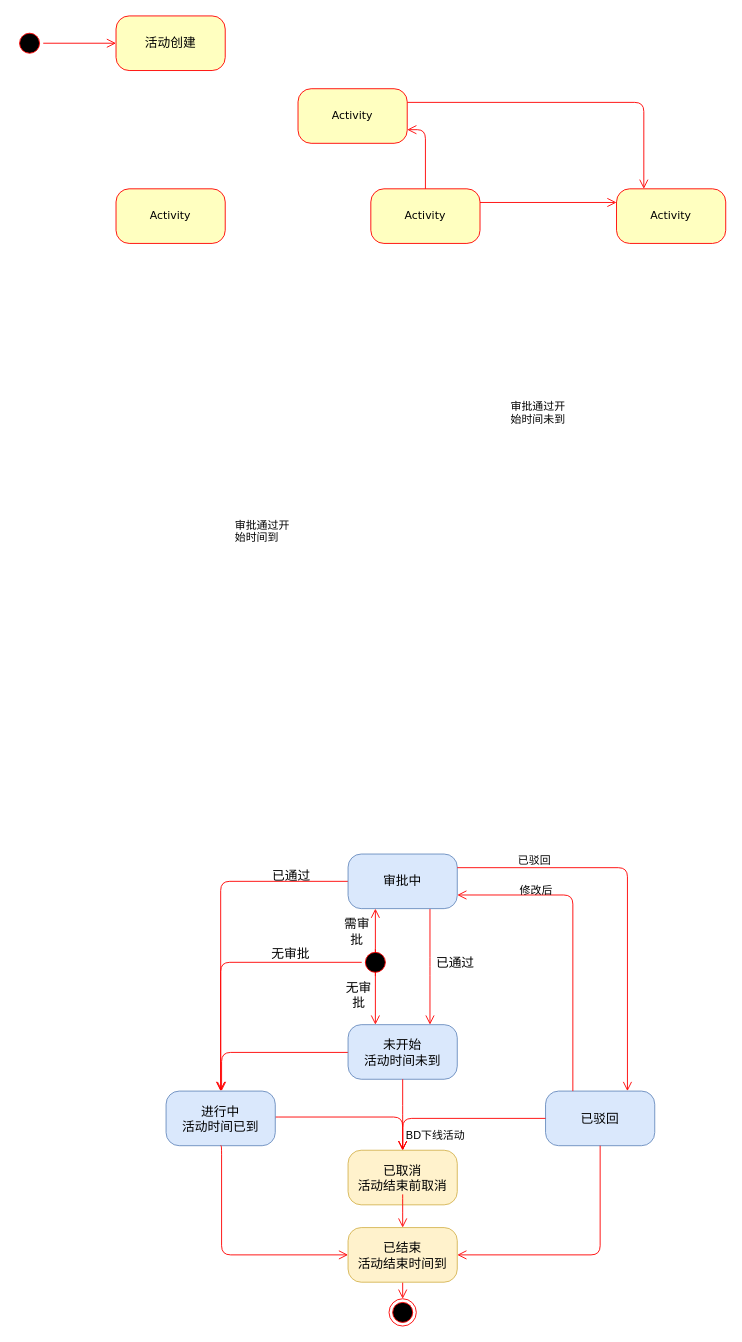
This is 活动状态机-产品.drawio from zhugaozi/drawIo, a draw.io file, before an edit. Source tidied: cells renumbered, new cells numbered last; positions are measured from the earlier drawing's top-left corner, leaving out a move shared by most shapes. Both pictures are drawn from the tidied source at 91%, with x=0, y=0 at pixel (15, 15).
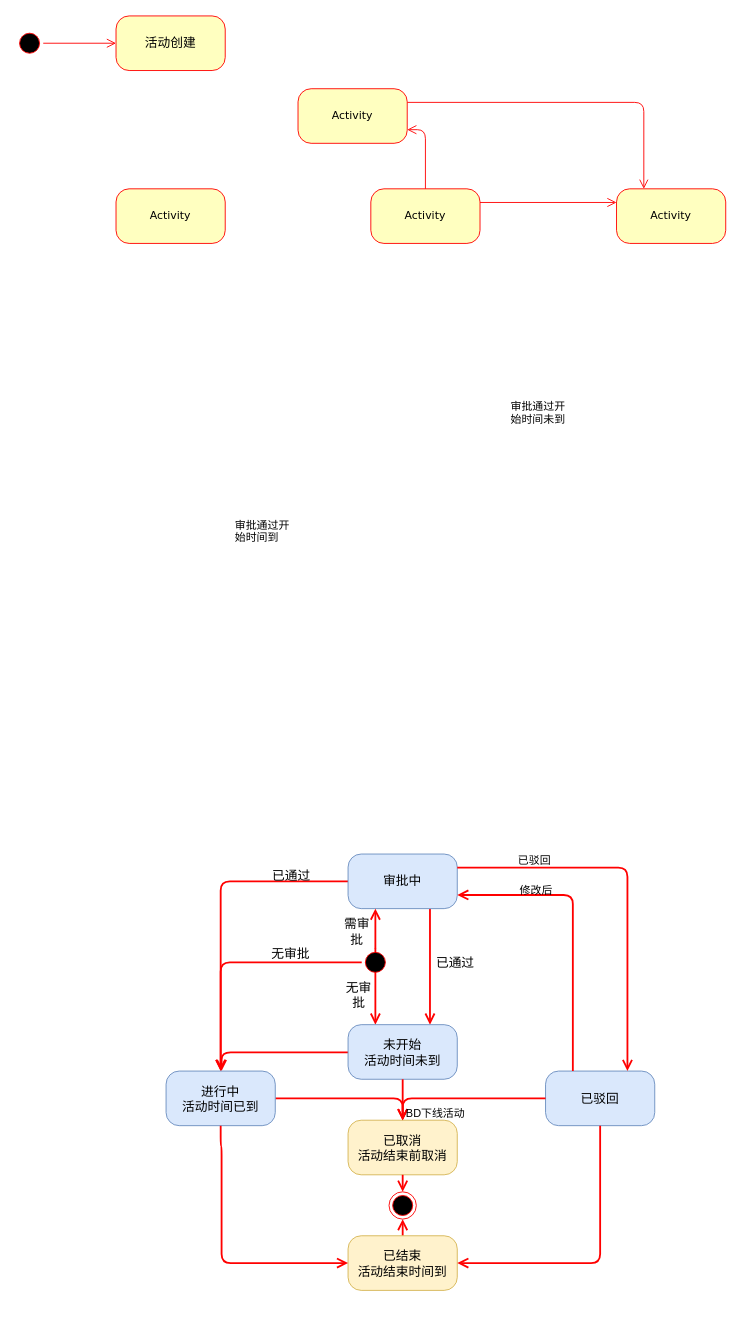
The same page after the edit.

Commit message:
Update 活动状态机-产品.drawio

Unchanged cells that the change refers to:
```xml
<mxCell id="19" value="&lt;span style=&quot;font-size: 14px&quot;&gt;审批中&lt;/span&gt;" style="rounded=1;whiteSpace=wrap;html=1;arcSize=24;fillColor=#dae8fc;strokeColor=#6c8ebf;shadow=0;comic=0;labelBackgroundColor=none;fontFamily=Verdana;fontSize=12;align=center;" parent="1" vertex="1">
  <mxGeometry x="365" y="921" width="120" height="60" as="geometry" />
</mxCell>
<mxCell id="22" value="&lt;font style=&quot;font-size: 14px&quot;&gt;未开始&lt;br&gt;活动时间未到&lt;/font&gt;&lt;br&gt;" style="rounded=1;whiteSpace=wrap;html=1;arcSize=24;fillColor=#dae8fc;strokeColor=#6c8ebf;shadow=0;comic=0;labelBackgroundColor=none;fontFamily=Verdana;fontSize=12;align=center;" parent="1" vertex="1">
  <mxGeometry x="365" y="1108.5" width="120" height="60" as="geometry" />
</mxCell>
<mxCell id="25" style="ellipse;html=1;shape=startState;fillColor=#000000;strokeColor=#ff0000;rounded=1;shadow=0;comic=0;labelBackgroundColor=none;fontFamily=Verdana;fontSize=12;fontColor=#000000;align=center;direction=south;" parent="1" vertex="1">
  <mxGeometry x="380" y="1025" width="30" height="30" as="geometry" />
</mxCell>
```

The edit, as a diff of the source:
```diff
@@
-    <mxCell id="7" style="edgeStyle=orthogonalEdgeStyle;html=1;labelBackgroundColor=none;endArrow=open;endSize=8;strokeColor=#ff0000;fontFamily=Verdana;fontSize=12;align=left;exitX=0.5;exitY=1;exitDx=0;exitDy=0;entryX=0.5;entryY=0;entryDx=0;entryDy=0;" parent="1" edge="1" source="24" target="34">
+    <mxCell id="7" style="edgeStyle=orthogonalEdgeStyle;html=1;labelBackgroundColor=none;endArrow=open;endSize=8;strokeColor=#ff0000;fontFamily=Verdana;fontSize=12;align=left;exitX=0.5;exitY=0;exitDx=0;exitDy=0;entryX=0.5;entryY=1;entryDx=0;entryDy=0;strokeWidth=2;" parent="1" edge="1" source="24" target="45">
       <mxGeometry relative="1" as="geometry" />
     </mxCell>
@@
-    <mxCell id="10" style="edgeStyle=elbowEdgeStyle;html=1;labelBackgroundColor=none;endArrow=open;endSize=8;strokeColor=#ff0000;fontFamily=Verdana;fontSize=12;align=left;exitX=0.5;exitY=1;exitDx=0;exitDy=0;entryX=0.5;entryY=0;entryDx=0;entryDy=0;" parent="1" edge="1" source="25" target="20">
+    <mxCell id="10" style="edgeStyle=elbowEdgeStyle;html=1;labelBackgroundColor=none;endArrow=open;endSize=8;strokeColor=#ff0000;fontFamily=Verdana;fontSize=12;align=left;exitX=0.5;exitY=1;exitDx=0;exitDy=0;entryX=0.5;entryY=0;entryDx=0;entryDy=0;strokeWidth=2;" parent="1" edge="1" source="25" target="20">
       <mxGeometry relative="1" as="geometry">
         <Array as="points">
           <mxPoint x="225" y="1080" />
           <mxPoint x="225" y="1080" />
         </Array>
       </mxGeometry>
     </mxCell>
@@
-    <mxCell id="12" style="edgeStyle=orthogonalEdgeStyle;html=1;labelBackgroundColor=none;endArrow=open;endSize=8;strokeColor=#ff0000;fontFamily=Verdana;fontSize=12;align=left;entryX=0.25;entryY=0;exitX=1;exitY=0.5;exitDx=0;exitDy=0;entryDx=0;entryDy=0;" parent="1" edge="1" source="25" target="22">
+    <mxCell id="12" style="edgeStyle=orthogonalEdgeStyle;html=1;labelBackgroundColor=none;endArrow=open;endSize=8;strokeColor=#ff0000;fontFamily=Verdana;fontSize=12;align=left;entryX=0.25;entryY=0;exitX=1;exitY=0.5;exitDx=0;exitDy=0;entryDx=0;entryDy=0;strokeWidth=2;" parent="1" edge="1" source="25" target="22">
       <mxGeometry relative="1" as="geometry">
         <Array as="points">
           <mxPoint x="395" y="1020" />
           <mxPoint x="395" y="1020" />
         </Array>
       </mxGeometry>
     </mxCell>
-    <mxCell id="13" style="edgeStyle=orthogonalEdgeStyle;html=1;labelBackgroundColor=none;endArrow=open;endSize=8;strokeColor=#ff0000;fontFamily=Verdana;fontSize=12;align=left;exitX=0;exitY=0.5;exitDx=0;exitDy=0;entryX=0.5;entryY=0;entryDx=0;entryDy=0;" parent="1" edge="1" source="19" target="20">
+    <mxCell id="13" style="edgeStyle=orthogonalEdgeStyle;html=1;labelBackgroundColor=none;endArrow=open;endSize=8;strokeColor=#ff0000;fontFamily=Verdana;fontSize=12;align=left;exitX=0;exitY=0.5;exitDx=0;exitDy=0;entryX=0.5;entryY=0;entryDx=0;entryDy=0;strokeWidth=2;" parent="1" edge="1" source="19" target="20">
       <mxGeometry relative="1" as="geometry">
         <Array as="points">
           <mxPoint x="225" y="951" />
         </Array>
       </mxGeometry>
     </mxCell>
-    <mxCell id="14" style="edgeStyle=orthogonalEdgeStyle;html=1;labelBackgroundColor=none;endArrow=open;endSize=8;strokeColor=#ff0000;fontFamily=Verdana;fontSize=12;align=left;entryX=0.5;entryY=0;entryDx=0;entryDy=0;exitX=1;exitY=0.5;exitDx=0;exitDy=0;" parent="1" edge="1" source="20" target="21">
+    <mxCell id="14" style="edgeStyle=orthogonalEdgeStyle;html=1;labelBackgroundColor=none;endArrow=open;endSize=8;strokeColor=#ff0000;fontFamily=Verdana;fontSize=12;align=left;entryX=0.5;entryY=0;entryDx=0;entryDy=0;strokeWidth=2;exitX=1;exitY=0.5;exitDx=0;exitDy=0;" parent="1" edge="1" source="20" target="21">
       <mxGeometry relative="1" as="geometry">
         <Array as="points">
-          <mxPoint x="279" y="1210" />
-          <mxPoint x="425" y="1210" />
+          <mxPoint x="425" y="1190" />
         </Array>
       </mxGeometry>
     </mxCell>
-    <mxCell id="15" style="edgeStyle=orthogonalEdgeStyle;html=1;labelBackgroundColor=none;endArrow=open;endSize=8;strokeColor=#ff0000;fontFamily=Verdana;fontSize=12;align=left;exitX=0;exitY=0.5;exitDx=0;exitDy=0;" parent="1" edge="1" target="20">
+    <mxCell id="15" style="edgeStyle=orthogonalEdgeStyle;html=1;labelBackgroundColor=none;endArrow=open;endSize=8;strokeColor=#ff0000;fontFamily=Verdana;fontSize=12;align=left;exitX=0;exitY=0.5;exitDx=0;exitDy=0;strokeWidth=2;" parent="1" edge="1" target="20">
       <mxGeometry relative="1" as="geometry">
         <mxPoint x="371" y="1139" as="sourcePoint" />
         <Array as="points">
           <mxPoint x="226" y="1139" />
         </Array>
       </mxGeometry>
     </mxCell>
@@
-    <mxCell id="18" style="edgeStyle=elbowEdgeStyle;html=1;labelBackgroundColor=none;endArrow=open;endSize=8;strokeColor=#ff0000;fontFamily=Verdana;fontSize=12;align=left;entryX=0.75;entryY=0;exitX=0.75;exitY=1;exitDx=0;exitDy=0;entryDx=0;entryDy=0;" parent="1" edge="1" source="19" target="22">
+    <mxCell id="18" style="edgeStyle=elbowEdgeStyle;html=1;labelBackgroundColor=none;endArrow=open;endSize=8;strokeColor=#ff0000;fontFamily=Verdana;fontSize=12;align=left;entryX=0.75;entryY=0;exitX=0.75;exitY=1;exitDx=0;exitDy=0;entryDx=0;entryDy=0;strokeWidth=2;" parent="1" edge="1" source="19" target="22">
       <mxGeometry relative="1" as="geometry" />
     </mxCell>
@@
     <mxCell id="20" value="&lt;font style=&quot;font-size: 14px&quot;&gt;进行中&lt;br&gt;活动时间已到&lt;/font&gt;&lt;br&gt;" style="rounded=1;whiteSpace=wrap;html=1;arcSize=24;fillColor=#dae8fc;strokeColor=#6c8ebf;shadow=0;comic=0;labelBackgroundColor=none;fontFamily=Verdana;fontSize=12;align=center;" parent="1" vertex="1">
-      <mxGeometry x="165" y="1181.5" width="120" height="60" as="geometry" />
+      <mxGeometry x="165" y="1159.5" width="120" height="60" as="geometry" />
     </mxCell>
     <mxCell id="21" value="&lt;font style=&quot;font-size: 14px&quot;&gt;已取消&lt;br&gt;活动结束前取消&lt;/font&gt;&lt;br&gt;" style="rounded=1;whiteSpace=wrap;html=1;arcSize=24;fillColor=#fff2cc;strokeColor=#d6b656;shadow=0;comic=0;labelBackgroundColor=none;fontFamily=Verdana;fontSize=12;align=center;" parent="1" vertex="1">
-      <mxGeometry x="365" y="1246.5" width="120" height="60" as="geometry" />
+      <mxGeometry x="365" y="1213.5" width="120" height="60" as="geometry" />
     </mxCell>
@@
     <mxCell id="23" value="&lt;font style=&quot;font-size: 14px&quot;&gt;已驳回&lt;/font&gt;" style="rounded=1;whiteSpace=wrap;html=1;arcSize=24;fillColor=#dae8fc;strokeColor=#6c8ebf;shadow=0;comic=0;labelBackgroundColor=none;fontFamily=Verdana;fontSize=12;align=center;" parent="1" vertex="1">
-      <mxGeometry x="582" y="1181.5" width="120" height="60" as="geometry" />
+      <mxGeometry x="582" y="1159.5" width="120" height="60" as="geometry" />
     </mxCell>
     <mxCell id="24" value="&lt;font style=&quot;font-size: 14px&quot;&gt;已结束&lt;br&gt;活动结束时间到&lt;/font&gt;&lt;br&gt;" style="rounded=1;whiteSpace=wrap;html=1;arcSize=24;fillColor=#fff2cc;strokeColor=#d6b656;shadow=0;comic=0;labelBackgroundColor=none;fontFamily=Verdana;fontSize=12;align=center;" parent="1" vertex="1">
-      <mxGeometry x="365" y="1331.5" width="120" height="60" as="geometry" />
+      <mxGeometry x="365" y="1340.5" width="120" height="60" as="geometry" />
     </mxCell>
@@
-    <mxCell id="26" style="edgeStyle=orthogonalEdgeStyle;html=1;exitX=1;exitY=0.25;entryX=0.75;entryY=0;labelBackgroundColor=none;endArrow=open;endSize=8;strokeColor=#ff0000;fontFamily=Verdana;fontSize=12;align=left;entryDx=0;entryDy=0;exitDx=0;exitDy=0;" parent="1" edge="1" source="19" target="23">
+    <mxCell id="26" style="edgeStyle=orthogonalEdgeStyle;html=1;exitX=1;exitY=0.25;entryX=0.75;entryY=0;labelBackgroundColor=none;endArrow=open;endSize=8;strokeColor=#ff0000;fontFamily=Verdana;fontSize=12;align=left;entryDx=0;entryDy=0;exitDx=0;exitDy=0;strokeWidth=2;" parent="1" edge="1" source="19" target="23">
       <mxGeometry relative="1" as="geometry">
         <Array as="points">
           <mxPoint x="672" y="936" />
         </Array>
       </mxGeometry>
     </mxCell>
-    <mxCell id="27" style="edgeStyle=orthogonalEdgeStyle;html=1;exitX=0.25;exitY=0;labelBackgroundColor=none;endArrow=open;endSize=8;strokeColor=#ff0000;fontFamily=Verdana;fontSize=12;align=left;exitDx=0;exitDy=0;entryX=1;entryY=0.75;entryDx=0;entryDy=0;" parent="1" edge="1" source="23" target="19">
+    <mxCell id="27" style="edgeStyle=orthogonalEdgeStyle;html=1;exitX=0.25;exitY=0;labelBackgroundColor=none;endArrow=open;endSize=8;strokeColor=#ff0000;fontFamily=Verdana;fontSize=12;align=left;exitDx=0;exitDy=0;entryX=1;entryY=0.75;entryDx=0;entryDy=0;strokeWidth=2;" parent="1" edge="1" source="23" target="19">
       <mxGeometry relative="1" as="geometry">
         <Array as="points">
           <mxPoint x="612" y="966" />
         </Array>
       </mxGeometry>
     </mxCell>
-    <mxCell id="28" style="edgeStyle=elbowEdgeStyle;html=1;labelBackgroundColor=none;endArrow=open;endSize=8;strokeColor=#ff0000;fontFamily=Verdana;fontSize=12;align=left;exitX=0.5;exitY=1;exitDx=0;exitDy=0;entryX=0.5;entryY=0;entryDx=0;entryDy=0;" parent="1" edge="1" source="22" target="21">
+    <mxCell id="28" style="edgeStyle=elbowEdgeStyle;html=1;labelBackgroundColor=none;endArrow=open;endSize=8;strokeColor=#ff0000;fontFamily=Verdana;fontSize=12;align=left;exitX=0.5;exitY=1;exitDx=0;exitDy=0;entryX=0.5;entryY=0;entryDx=0;entryDy=0;strokeWidth=2;" parent="1" edge="1" source="22" target="21">
       <mxGeometry relative="1" as="geometry" />
     </mxCell>
-    <mxCell id="29" style="edgeStyle=elbowEdgeStyle;html=1;labelBackgroundColor=none;endArrow=open;endSize=8;strokeColor=#ff0000;fontFamily=Verdana;fontSize=12;align=left;exitX=0.5;exitY=1;exitDx=0;exitDy=0;entryX=0.5;entryY=0;entryDx=0;entryDy=0;" parent="1" edge="1" target="24">
-      <mxGeometry relative="1" as="geometry">
-        <mxPoint x="425" y="1295" as="sourcePoint" />
-        <Array as="points">
-          <mxPoint x="425" y="1304.5" />
-        </Array>
-      </mxGeometry>
+    <mxCell id="29" style="edgeStyle=elbowEdgeStyle;html=1;labelBackgroundColor=none;endArrow=open;endSize=8;strokeColor=#ff0000;fontFamily=Verdana;fontSize=12;align=left;exitX=0.5;exitY=1;exitDx=0;exitDy=0;entryX=0.5;entryY=0;entryDx=0;entryDy=0;strokeWidth=2;" parent="1" edge="1" source="21" target="45">
+      <mxGeometry relative="1" as="geometry" />
     </mxCell>
-    <mxCell id="30" style="edgeStyle=orthogonalEdgeStyle;html=1;labelBackgroundColor=none;endArrow=open;endSize=8;strokeColor=#ff0000;fontFamily=Verdana;fontSize=12;align=left;exitX=0.5;exitY=1;exitDx=0;exitDy=0;entryX=0;entryY=0.5;entryDx=0;entryDy=0;" parent="1" edge="1" source="20" target="24">
+    <mxCell id="30" style="edgeStyle=orthogonalEdgeStyle;html=1;labelBackgroundColor=none;endArrow=open;endSize=8;strokeColor=#ff0000;fontFamily=Verdana;fontSize=12;align=left;exitX=0.5;exitY=1;exitDx=0;exitDy=0;entryX=0;entryY=0.5;entryDx=0;entryDy=0;strokeWidth=2;" parent="1" edge="1" source="20" target="24">
       <mxGeometry relative="1" as="geometry">
         <Array as="points">
+          <mxPoint x="225" y="1242" />
           <mxPoint x="226" y="1242" />
-          <mxPoint x="226" y="1362" />
+          <mxPoint x="226" y="1371" />
         </Array>
       </mxGeometry>
     </mxCell>
-    <mxCell id="31" style="edgeStyle=orthogonalEdgeStyle;html=1;exitX=0.5;exitY=1;entryX=1;entryY=0.5;labelBackgroundColor=none;endArrow=open;endSize=8;strokeColor=#ff0000;fontFamily=Verdana;fontSize=12;align=left;exitDx=0;exitDy=0;entryDx=0;entryDy=0;" parent="1" edge="1" source="23" target="24">
+    <mxCell id="31" style="edgeStyle=orthogonalEdgeStyle;html=1;exitX=0.5;exitY=1;entryX=1;entryY=0.5;labelBackgroundColor=none;endArrow=open;endSize=8;strokeColor=#ff0000;fontFamily=Verdana;fontSize=12;align=left;exitDx=0;exitDy=0;entryDx=0;entryDy=0;strokeWidth=2;" parent="1" edge="1" source="23" target="24">
       <mxGeometry relative="1" as="geometry" />
     </mxCell>
@@
-    <mxCell id="34" style="ellipse;html=1;shape=endState;fillColor=#000000;strokeColor=#ff0000;" parent="1" vertex="1">
-      <mxGeometry x="410" y="1409.7" width="30" height="30" as="geometry" />
-    </mxCell>
-    <mxCell id="35" style="edgeStyle=orthogonalEdgeStyle;html=1;entryX=0.25;entryY=1;labelBackgroundColor=none;endArrow=open;endSize=8;strokeColor=#ff0000;fontFamily=Verdana;fontSize=12;align=left;exitX=0;exitY=0.5;exitDx=0;exitDy=0;entryDx=0;entryDy=0;" parent="1" edge="1" source="25" target="19">
+    <mxCell id="35" style="edgeStyle=orthogonalEdgeStyle;html=1;entryX=0.25;entryY=1;labelBackgroundColor=none;endArrow=open;endSize=8;strokeColor=#ff0000;fontFamily=Verdana;fontSize=12;align=left;exitX=0;exitY=0.5;exitDx=0;exitDy=0;entryDx=0;entryDy=0;strokeWidth=2;" parent="1" edge="1" source="25" target="19">
       <mxGeometry relative="1" as="geometry" />
     </mxCell>
@@
-    <mxCell id="40" style="edgeStyle=orthogonalEdgeStyle;html=1;labelBackgroundColor=none;endArrow=open;endSize=8;strokeColor=#ff0000;fontFamily=Verdana;fontSize=12;align=left;entryX=0.5;entryY=0;entryDx=0;entryDy=0;exitX=0;exitY=0.5;exitDx=0;exitDy=0;" parent="1" edge="1" source="23" target="21">
+    <mxCell id="40" style="edgeStyle=orthogonalEdgeStyle;html=1;labelBackgroundColor=none;endArrow=open;endSize=8;strokeColor=#ff0000;fontFamily=Verdana;fontSize=12;align=left;entryX=0.5;entryY=0;entryDx=0;entryDy=0;exitX=0;exitY=0.5;exitDx=0;exitDy=0;strokeWidth=2;" parent="1" edge="1" source="23" target="21">
       <mxGeometry relative="1" as="geometry">
         <Array as="points">
-          <mxPoint x="582" y="1211" />
-          <mxPoint x="425" y="1211" />
+          <mxPoint x="582" y="1190" />
+          <mxPoint x="425" y="1190" />
         </Array>
       </mxGeometry>
     </mxCell>
@@
     <mxCell id="44" value="BD下线活动" style="text;html=1;align=left;verticalAlign=top;spacingTop=-4;" parent="1" vertex="1">
-      <mxGeometry x="427" y="1221" width="80" height="20" as="geometry" />
+      <mxGeometry x="427" y="1196" width="80" height="20" as="geometry" />
     </mxCell>
+    <mxCell id="45" style="ellipse;html=1;shape=endState;fillColor=#000000;strokeColor=#ff0000;" parent="1" vertex="1">
+      <mxGeometry x="410" y="1292.2" width="30" height="30" as="geometry" />
+    </mxCell>
```
